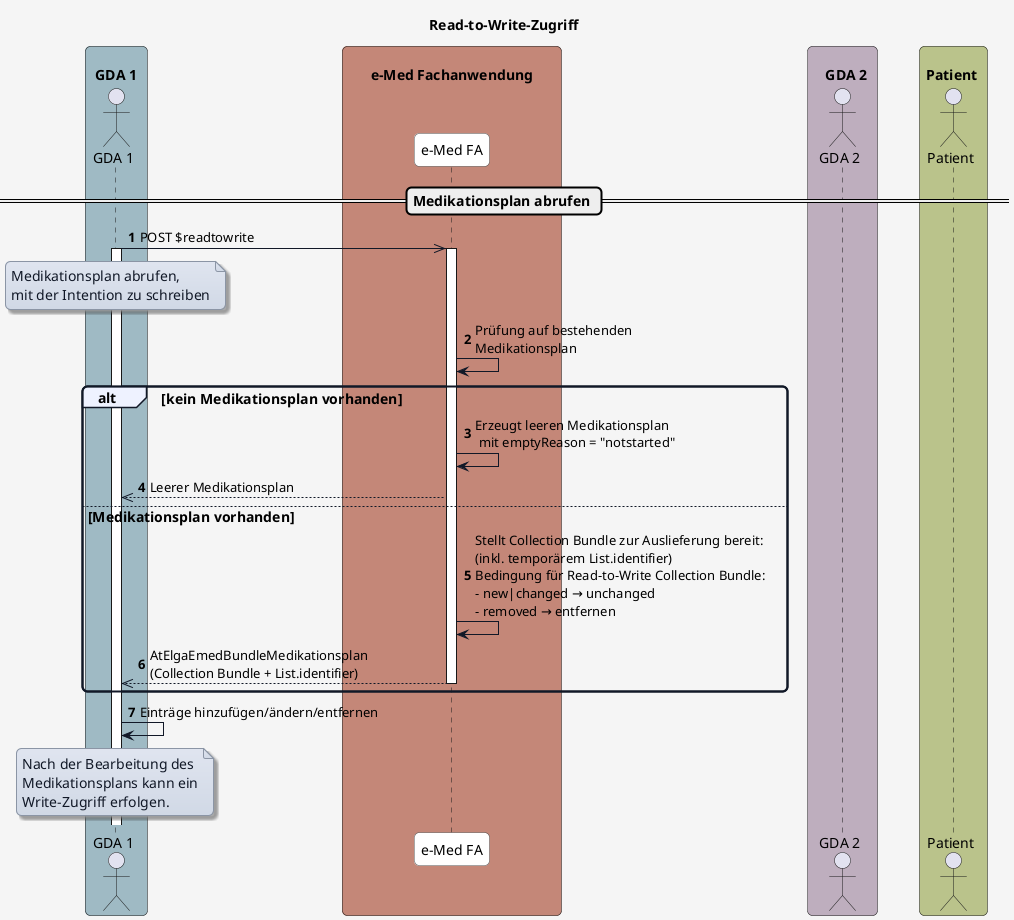
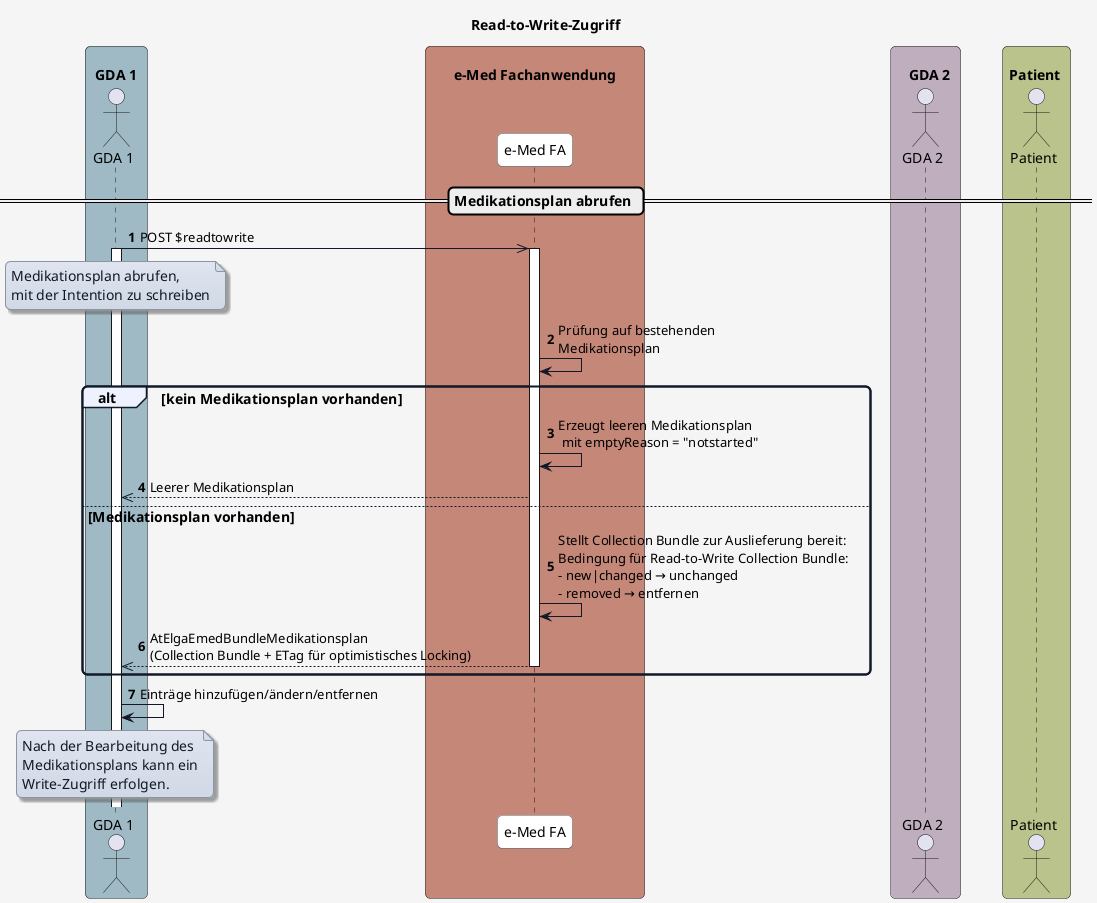
@startuml
title Read-to-Write-Zugriff

skinparam borderColor #000000
skinparam backgroundColor #f5f5f5
skinparam shadowing false
skinparam roundCorner 10
skinparam defaultFontName "Arial"
skinparam defaultFontSize 14
skinparam defaultFontColor #000000

skinparam note {
  BackgroundColor #e0e5f0-#d1d9e6
  BorderColor #8b95a5
  BorderThickness 1
  RoundCorner 8
  Padding 6
  FontColor #111827
  Shadowing true
}

skinparam HyperlinkColor #0000EE
skinparam HyperlinkUnderline false

skinparam sequence {
  ParticipantBorderColor #555555
  ParticipantBackgroundColor #ffffff
  ParticipantFontColor #000000
  ParticipantFontSize 14
  ParticipantPadding 20
  ArrowColor #111827
  ArrowThickness 1
  ArrowFontColor #000000
  ArrowFontSize 13
  GroupBorderColor #111827
  GroupBackgroundColor #eef2ff
  GroupBorderThickness 2
}

skinparam BoxPadding 20
skinparam BoxBorderColor #555555

box "\n  GDA 1  " #9fbac4
  actor GDA_1 as "GDA 1"
end box

box "\n       e-Med Fachanwendung       " #C48778
  participant eMed_FA as "e-Med FA"
end box

box "\n    GDA 2  " #beaebe
  actor GDA_2 as "GDA 2"
end box

box "\n Patient  " #bac38b
  actor Patient as "Patient"
end box


autonumber

== Medikationsplan abrufen ==

GDA_1 ->> eMed_FA: POST $readtowrite
activate GDA_1

note over GDA_1
Medikationsplan abrufen,
mit der Intention zu schreiben
end note

activate eMed_FA
eMed_FA -> eMed_FA: Prüfung auf bestehenden\nMedikationsplan

alt kein Medikationsplan vorhanden
  eMed_FA -> eMed_FA: Erzeugt leeren Medikationsplan\n mit emptyReason = "notstarted"
  eMed_FA -->> GDA_1: Leerer Medikationsplan

else Medikationsplan vorhanden
-   eMed_FA -> eMed_FA: Stellt Collection Bundle zur Auslieferung bereit:\n(inkl. temporärem List.identifier)\nBedingung für Read-to-Write Collection Bundle:\n- new|changed → unchanged\n- removed → entfernen
-   eMed_FA -->> GDA_1: AtElgaEmedBundleMedikationsplan\n(Collection Bundle + List.identifier)
+   eMed_FA -> eMed_FA: Stellt Collection Bundle zur Auslieferung bereit:\nBedingung für Read-to-Write Collection Bundle:\n- new|changed → unchanged\n- removed → entfernen
+   eMed_FA -->> GDA_1: AtElgaEmedBundleMedikationsplan\n(Collection Bundle + ETag für optimistisches Locking)
  deactivate eMed_FA
end


GDA_1 -> GDA_1: Einträge hinzufügen/ändern/entfernen

note over GDA_1
Nach der Bearbeitung des
Medikationsplans kann ein
Write-Zugriff erfolgen.
end note

@enduml